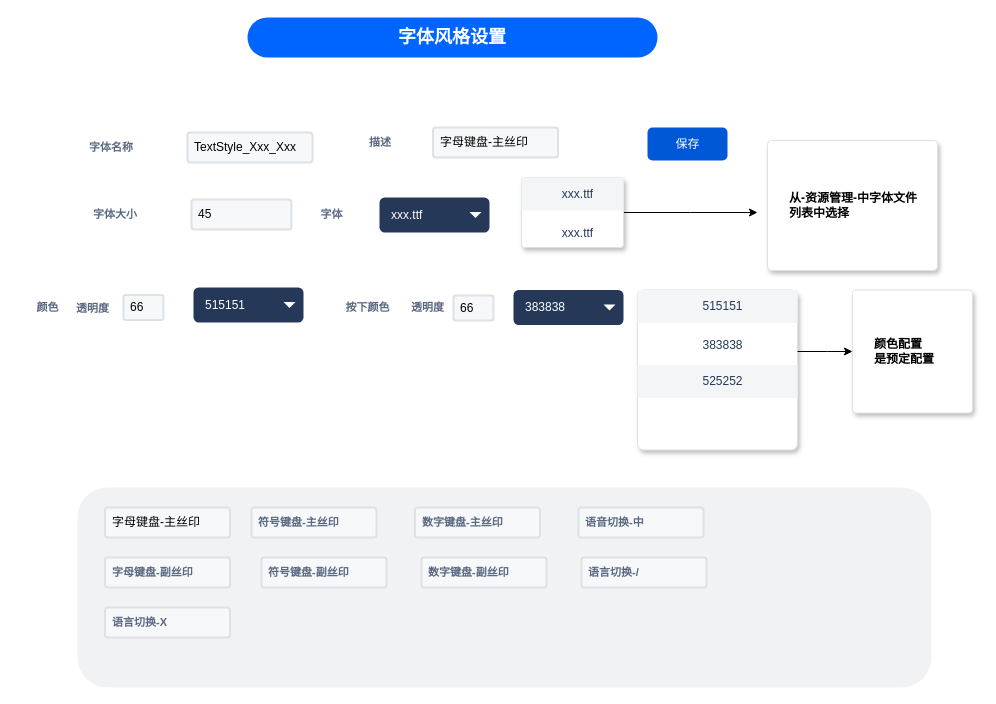
The draw.io diagram layout-editor/字体设置.drawio in chonglv/charts, before the edit. Source tidied: cells renumbered, new cells numbered last; positions are measured from the earlier drawing's top-left corner, leaving out a move shared by most shapes. Both pictures are drawn from the tidied source at 100%, with x=0, y=0 at pixel (17, 17).
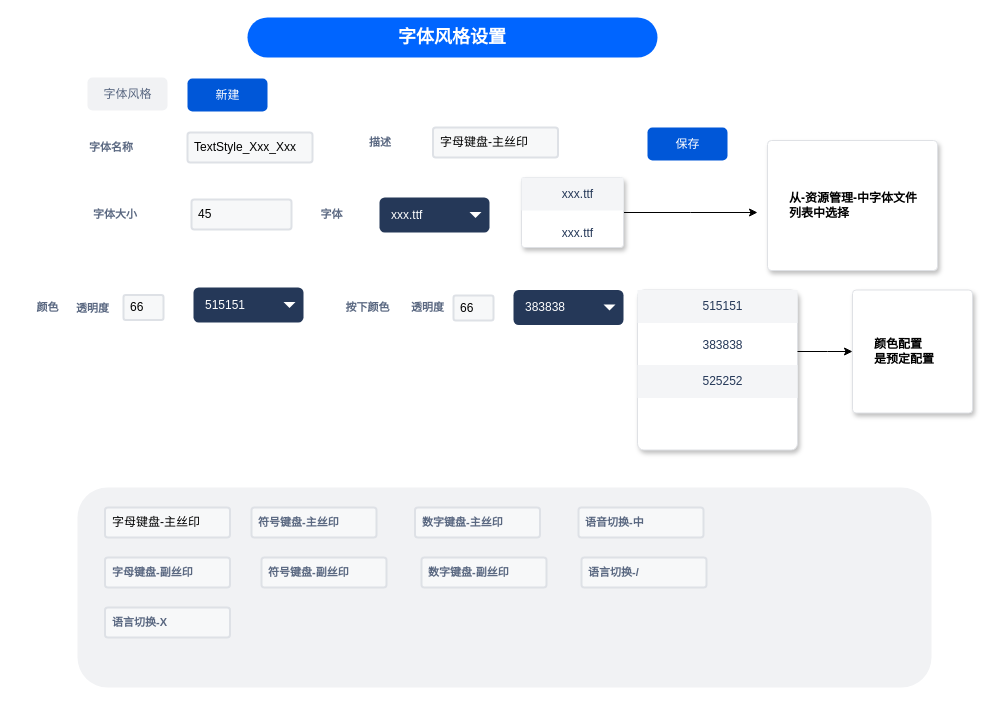
The same page after the edit.

Commit message:
更新字体设置.drawio

Change to the diagram source:
```diff
@@
+    <mxCell id="44" value="新建" style="rounded=1;fillColor=#0057D8;align=center;strokeColor=none;html=1;fontColor=#ffffff;fontSize=12;" parent="1" vertex="1">
+      <mxGeometry x="170" y="61" width="80" height="33" as="geometry" />
+    </mxCell>
+    <mxCell id="45" value="字体风格" style="rounded=1;align=center;fillColor=#F1F2F4;strokeColor=none;html=1;fontColor=#596780;fontSize=12;" parent="1" vertex="1">
+      <mxGeometry x="70" y="60" width="80" height="33" as="geometry" />
+    </mxCell>
```
